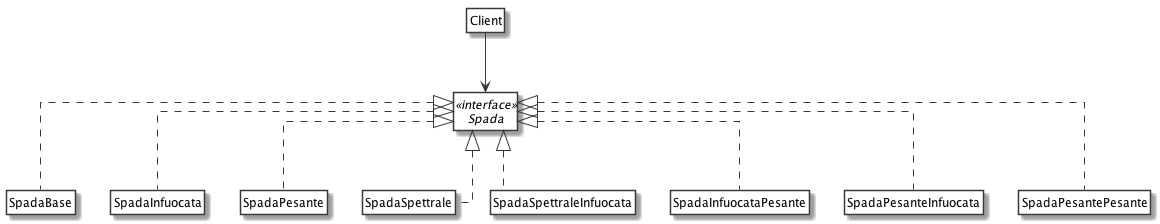
dmi-tutorato-ids/materiale keeps this PlantUML diagram as DesignPattern/Decorator/uml/class_diagram_senza.png. Above is the earlier version.
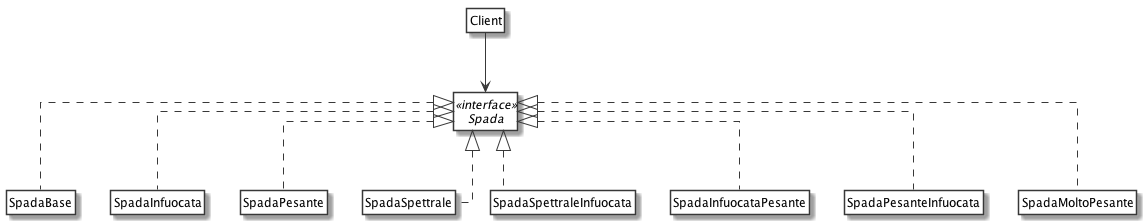
Later version of the same file.

Diff of the diagram source:
```diff
@@ -23,7 +23,7 @@
 class SpadaSpettraleInfuocata implements Spada
 class SpadaInfuocataPesante implements Spada
 class SpadaPesanteInfuocata implements Spada
-class SpadaPesantePesante implements Spada
+class SpadaMoltoPesante implements Spada
 
 hide Client members
 Client -down-> Spada
```
